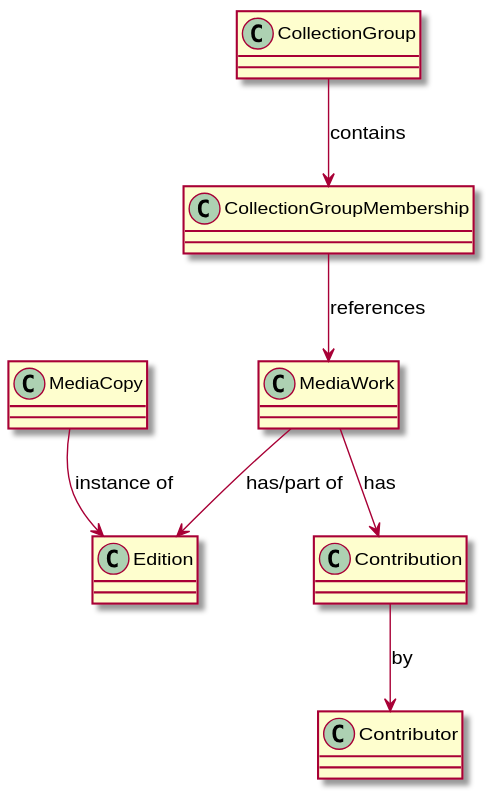
This is docs/diagrams/domain/domain-overview.svg from yantue/colleq, a PlantUML export, as it was before one commit.
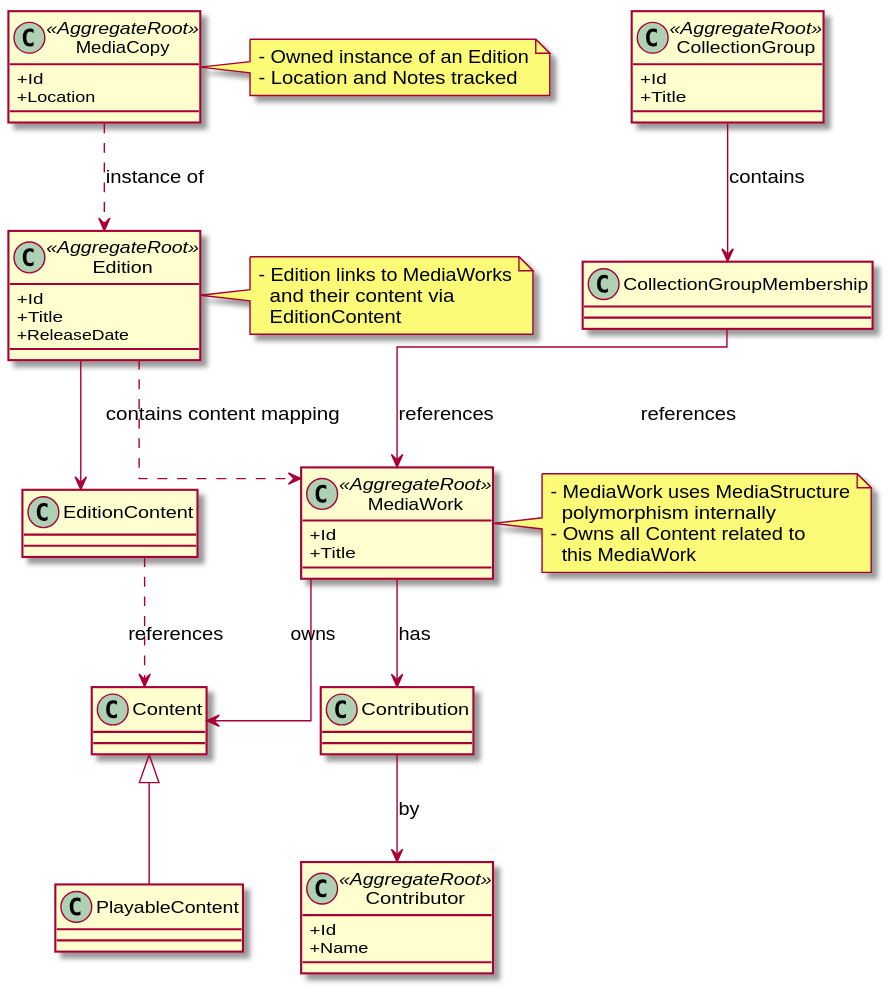
The same diagram one commit later.

The edit, as a diff of the source:
```diff
@@ -1,21 +1,69 @@
 @startuml
 skinparam classAttributeIconSize 0
+skinparam linetype ortho
 
-class MediaWork
-class Edition
-class MediaCopy
-class CollectionGroup
+class MediaWork <<AggregateRoot>> {
+    +Id
+    +Title
+}
+
+class Edition <<AggregateRoot>> {
+    +Id
+    +Title
+    +ReleaseDate
+}
+
+class MediaCopy <<AggregateRoot>> {
+    +Id
+    +Location
+}
+
+class CollectionGroup <<AggregateRoot>> {
+    +Id
+    +Title
+}
+
+class Contributor <<AggregateRoot>> {
+    +Id
+    +Name
+}
+
+class Content
+class PlayableContent
+class Contribution
 class CollectionGroupMembership
-class Contribution
-class Contributor
+class EditionContent
 
 CollectionGroup --> CollectionGroupMembership : contains
 CollectionGroupMembership --> MediaWork : references
 
-MediaWork --> Edition : has/part of
-MediaCopy --> Edition : instance of
+Edition ..> MediaWork : references
+MediaCopy ..> Edition : instance of
 
+MediaWork --> Content : owns
+Content <|-- PlayableContent
 MediaWork --> Contribution : has
 Contribution --> Contributor : by
 
+Edition --> EditionContent : contains content mapping
+EditionContent ..> Content : references
+
+note right of MediaWork
+- MediaWork uses MediaStructure
+  polymorphism internally
+- Owns all Content related to
+  this MediaWork
+end note
+
+note right of Edition
+- Edition links to MediaWorks
+  and their content via
+  EditionContent
+end note
+
+note right of MediaCopy
+- Owned instance of an Edition
+- Location and Notes tracked
+end note
+
 @enduml
```
